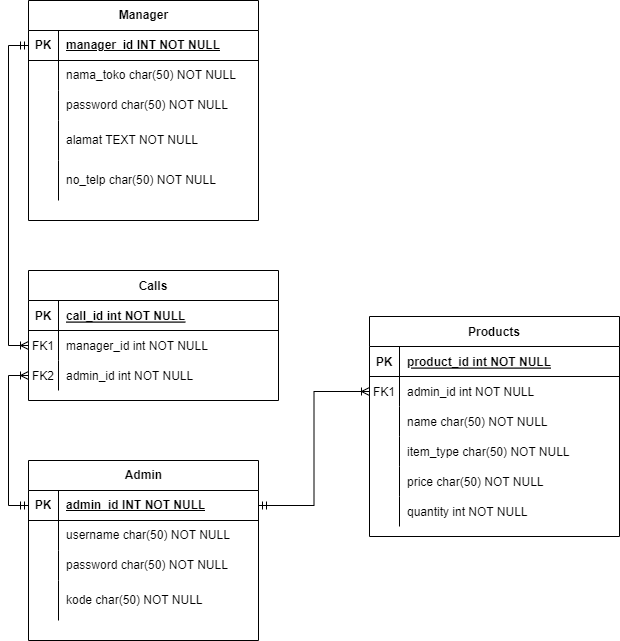
Raygama/tes keeps this draw.io diagram as Skema Relasi.drawio.png. Above is the earlier version. Source tidied: cells renumbered, new cells last; positions are measured from the earlier drawing's top-left corner, leaving out a move shared by most shapes.
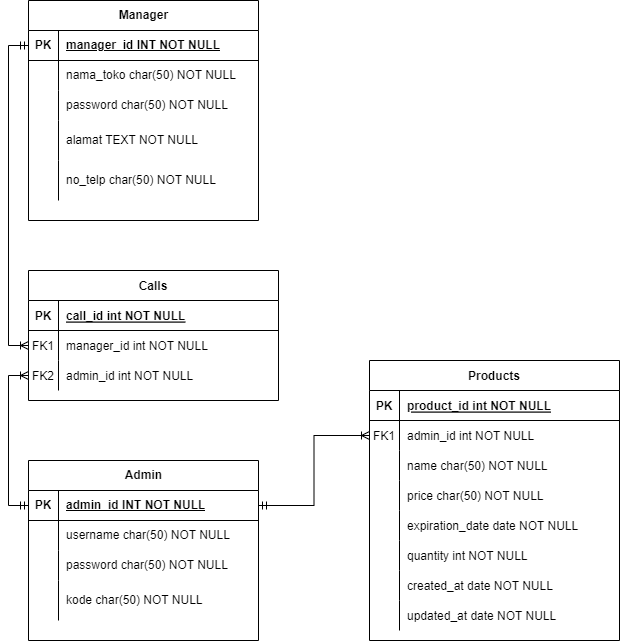
The same file after the commit.

Diff of the diagram source:
```diff
@@ -3,7 +3,7 @@
     <mxCell id="0" />
     <mxCell id="1" parent="0" />
     <mxCell id="2" value="Products" style="shape=table;startSize=30;rowLines=0;fontStyle=1;align=center;" parent="1" vertex="1">
-      <mxGeometry x="341" y="316" width="250" height="220" as="geometry" />
+      <mxGeometry x="341" y="360" width="250" height="280" as="geometry" />
     </mxCell>
     <mxCell id="3" style="shape=partialRectangle;fillColor=none;top=0;left=0;right=0;bottom=1;" parent="2" vertex="1">
       <mxGeometry y="30" width="250" height="30" as="geometry" />
@@ -32,17 +32,8 @@
     <mxCell id="11" value="name char(50) NOT NULL" style="shape=partialRectangle;overflow=hidden;fillColor=none;top=0;left=0;bottom=0;right=0;align=left;spacingLeft=6;" parent="9" vertex="1">
       <mxGeometry x="30" width="220" height="30" as="geometry" />
     </mxCell>
-    <mxCell id="12" style="shape=partialRectangle;fillColor=none;top=0;left=0;right=0;bottom=0;" parent="2" vertex="1">
-      <mxGeometry y="120" width="250" height="30" as="geometry" />
-    </mxCell>
-    <mxCell id="13" style="shape=partialRectangle;overflow=hidden;fillColor=none;top=0;left=0;bottom=0;right=0;" parent="12" vertex="1">
-      <mxGeometry width="30" height="30" as="geometry" />
-    </mxCell>
-    <mxCell id="14" value="item_type char(50) NOT NULL" style="shape=partialRectangle;overflow=hidden;fillColor=none;top=0;left=0;bottom=0;right=0;align=left;spacingLeft=6;" parent="12" vertex="1">
-      <mxGeometry x="30" width="220" height="30" as="geometry" />
-    </mxCell>
     <mxCell id="15" style="shape=partialRectangle;fillColor=none;top=0;left=0;right=0;bottom=0;" parent="2" vertex="1">
-      <mxGeometry y="150" width="250" height="30" as="geometry" />
+      <mxGeometry y="120" width="250" height="30" as="geometry" />
     </mxCell>
     <mxCell id="16" style="shape=partialRectangle;overflow=hidden;fillColor=none;top=0;left=0;bottom=0;right=0;" parent="15" vertex="1">
       <mxGeometry width="30" height="30" as="geometry" />
@@ -50,6 +41,15 @@
     <mxCell id="17" value="price char(50) NOT NULL" style="shape=partialRectangle;overflow=hidden;fillColor=none;top=0;left=0;bottom=0;right=0;align=left;spacingLeft=6;" parent="15" vertex="1">
       <mxGeometry x="30" width="220" height="30" as="geometry" />
     </mxCell>
+    <mxCell id="63" style="shape=partialRectangle;fillColor=none;top=0;left=0;right=0;bottom=0;" parent="2" vertex="1">
+      <mxGeometry y="150" width="250" height="30" as="geometry" />
+    </mxCell>
+    <mxCell id="64" style="shape=partialRectangle;overflow=hidden;fillColor=none;top=0;left=0;bottom=0;right=0;" parent="63" vertex="1">
+      <mxGeometry width="30" height="30" as="geometry" />
+    </mxCell>
+    <mxCell id="65" value="expiration_date date NOT NULL" style="shape=partialRectangle;overflow=hidden;fillColor=none;top=0;left=0;bottom=0;right=0;align=left;spacingLeft=6;" parent="63" vertex="1">
+      <mxGeometry x="30" width="220" height="30" as="geometry" />
+    </mxCell>
     <mxCell id="18" style="shape=partialRectangle;fillColor=none;top=0;left=0;right=0;bottom=0;" parent="2" vertex="1">
       <mxGeometry y="180" width="250" height="30" as="geometry" />
     </mxCell>
@@ -59,6 +59,24 @@
     <mxCell id="20" value="quantity int NOT NULL" style="shape=partialRectangle;overflow=hidden;fillColor=none;top=0;left=0;bottom=0;right=0;align=left;spacingLeft=6;" parent="18" vertex="1">
       <mxGeometry x="30" width="220" height="30" as="geometry" />
     </mxCell>
+    <mxCell id="66" style="shape=partialRectangle;fillColor=none;top=0;left=0;right=0;bottom=0;" parent="2" vertex="1">
+      <mxGeometry y="210" width="250" height="30" as="geometry" />
+    </mxCell>
+    <mxCell id="67" style="shape=partialRectangle;overflow=hidden;fillColor=none;top=0;left=0;bottom=0;right=0;" parent="66" vertex="1">
+      <mxGeometry width="30" height="30" as="geometry" />
+    </mxCell>
+    <mxCell id="68" value="created_at date NOT NULL" style="shape=partialRectangle;overflow=hidden;fillColor=none;top=0;left=0;bottom=0;right=0;align=left;spacingLeft=6;" parent="66" vertex="1">
+      <mxGeometry x="30" width="220" height="30" as="geometry" />
+    </mxCell>
+    <mxCell id="69" style="shape=partialRectangle;fillColor=none;top=0;left=0;right=0;bottom=0;" parent="2" vertex="1">
+      <mxGeometry y="240" width="250" height="30" as="geometry" />
+    </mxCell>
+    <mxCell id="70" style="shape=partialRectangle;overflow=hidden;fillColor=none;top=0;left=0;bottom=0;right=0;" parent="69" vertex="1">
+      <mxGeometry width="30" height="30" as="geometry" />
+    </mxCell>
+    <mxCell id="71" value="updated_at date NOT NULL" style="shape=partialRectangle;overflow=hidden;fillColor=none;top=0;left=0;bottom=0;right=0;align=left;spacingLeft=6;" parent="69" vertex="1">
+      <mxGeometry x="30" width="220" height="30" as="geometry" />
+    </mxCell>
     <mxCell id="21" value="Manager" style="shape=table;startSize=30;rowLines=0;fontStyle=1;align=center;html=1;" parent="1" vertex="1">
       <mxGeometry width="230" height="220" as="geometry" />
     </mxCell>
```
